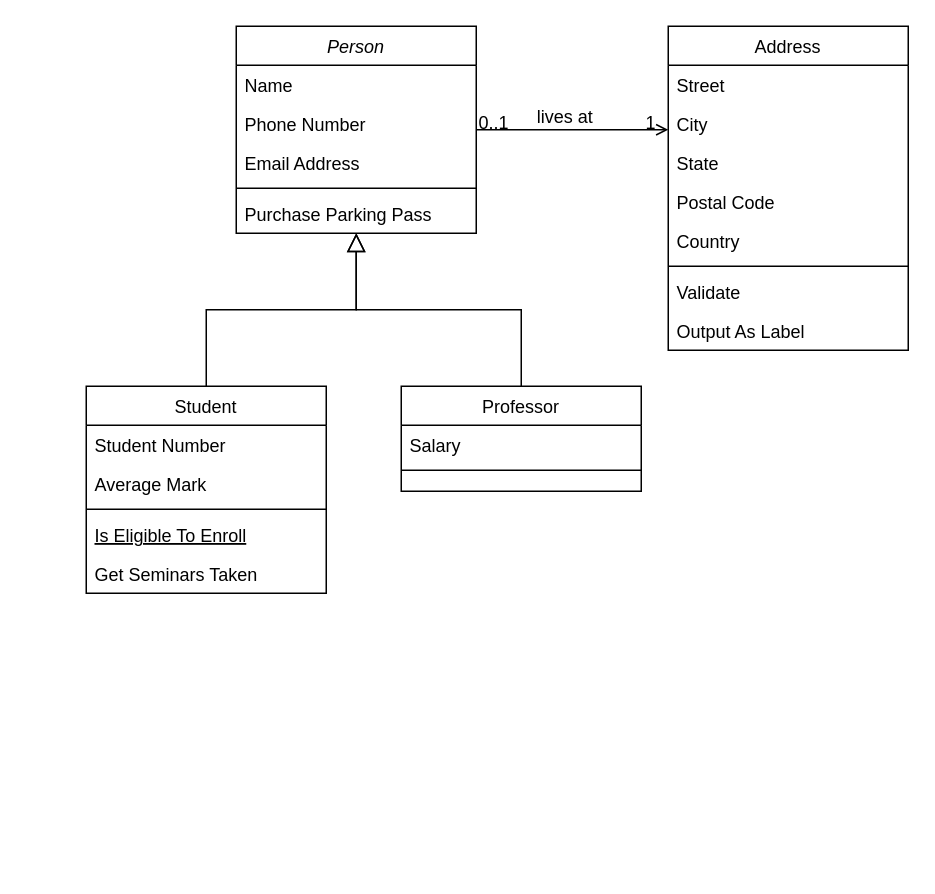
Before: LAB4.drawio in Ahasirly/Myrepo, a draw.io diagram. Source tidied: cells renumbered, new cells numbered last; positions are measured from the earlier drawing's top-left corner, leaving out a move shared by most shapes. Both pictures are drawn from the tidied source at 150%, with x=0, y=0 at pixel (86, 26).
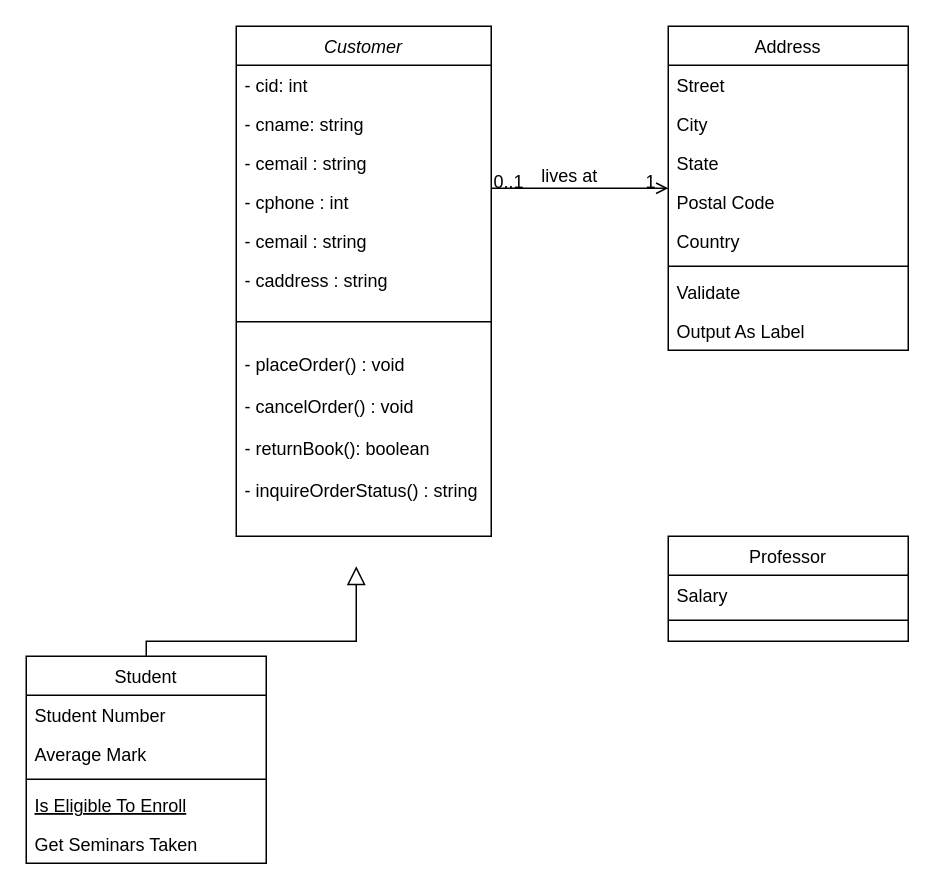
The same page after the edit.

Diff of the diagram source:
```diff
@@
-    <mxCell id="2" value="Person" style="swimlane;fontStyle=2;align=center;verticalAlign=top;horizontal=1;startSize=26;rounded=0;shadow=0;strokeWidth=1;" parent="1" vertex="1">
-      <mxGeometry x="100" width="160" height="138" as="geometry" />
+    <mxCell id="2" value="Customer" style="swimlane;fontStyle=2;align=center;verticalAlign=top;horizontal=1;startSize=26;rounded=0;shadow=0;strokeWidth=1;" parent="1" vertex="1">
+      <mxGeometry x="100" width="170" height="340" as="geometry" />
     </mxCell>
-    <mxCell id="3" value="Name" style="text;align=left;verticalAlign=top;spacingLeft=4;spacingRight=4;overflow=hidden;" parent="2" vertex="1">
-      <mxGeometry y="26" width="160" height="26" as="geometry" />
+    <mxCell id="3" value="- cid: int" style="text;align=left;verticalAlign=top;spacingLeft=4;spacingRight=4;overflow=hidden;" parent="2" vertex="1">
+      <mxGeometry y="26" width="170" height="26" as="geometry" />
     </mxCell>
-    <mxCell id="4" value="Phone Number" style="text;align=left;verticalAlign=top;spacingLeft=4;spacingRight=4;overflow=hidden;rounded=0;shadow=0;html=0;" parent="2" vertex="1">
-      <mxGeometry y="52" width="160" height="26" as="geometry" />
+    <mxCell id="4" value="- cname: string" style="text;align=left;verticalAlign=top;spacingLeft=4;spacingRight=4;overflow=hidden;rounded=0;shadow=0;html=0;" parent="2" vertex="1">
+      <mxGeometry y="52" width="170" height="26" as="geometry" />
     </mxCell>
-    <mxCell id="5" value="Email Address" style="text;align=left;verticalAlign=top;spacingLeft=4;spacingRight=4;overflow=hidden;rounded=0;shadow=0;html=0;" parent="2" vertex="1">
-      <mxGeometry y="78" width="160" height="26" as="geometry" />
+    <mxCell id="5" value="- cemail : string &#10;&#10;" style="text;align=left;verticalAlign=top;spacingLeft=4;spacingRight=4;overflow=hidden;rounded=0;shadow=0;html=0;" parent="2" vertex="1">
+      <mxGeometry y="78" width="170" height="26" as="geometry" />
     </mxCell>
+    <mxCell id="32" value="- cphone : int" style="text;align=left;verticalAlign=top;spacingLeft=4;spacingRight=4;overflow=hidden;rounded=0;shadow=0;html=0;" parent="2" vertex="1">
+      <mxGeometry y="104" width="170" height="26" as="geometry" />
+    </mxCell>
+    <mxCell id="33" value="- cemail : string &#10;&#10;" style="text;align=left;verticalAlign=top;spacingLeft=4;spacingRight=4;overflow=hidden;rounded=0;shadow=0;html=0;" parent="2" vertex="1">
+      <mxGeometry y="130" width="170" height="26" as="geometry" />
+    </mxCell>
+    <mxCell id="34" value="- caddress : string" style="text;align=left;verticalAlign=top;spacingLeft=4;spacingRight=4;overflow=hidden;rounded=0;shadow=0;html=0;" parent="2" vertex="1">
+      <mxGeometry y="156" width="170" height="26" as="geometry" />
+    </mxCell>
     <mxCell id="6" style="line;html=1;strokeWidth=1;align=left;verticalAlign=middle;spacingTop=-1;spacingLeft=3;spacingRight=3;labelPosition=right;" parent="2" vertex="1">
-      <mxGeometry y="104" width="160" height="8" as="geometry" />
+      <mxGeometry y="182" width="170" height="30" as="geometry" />
     </mxCell>
-    <mxCell id="7" value="Purchase Parking Pass" style="text;align=left;verticalAlign=top;spacingLeft=4;spacingRight=4;overflow=hidden;" parent="2" vertex="1">
-      <mxGeometry y="112" width="160" height="26" as="geometry" />
+    <mxCell id="7" value="- placeOrder() : void&#10;&#10;- cancelOrder() : void&#10;&#10;- returnBook(): boolean&#10;&#10;- inquireOrderStatus() : string" style="text;align=left;verticalAlign=top;spacingLeft=4;spacingRight=4;overflow=hidden;spacing=2;spacingTop=0;" parent="2" vertex="1">
+      <mxGeometry y="212" width="170" height="128" as="geometry" />
     </mxCell>
     <mxCell id="8" value="Student" style="swimlane;fontStyle=0;align=center;verticalAlign=top;horizontal=1;startSize=26;rounded=0;shadow=0;strokeWidth=1;" parent="1" vertex="1">
-      <mxGeometry y="240" width="160" height="138" as="geometry" />
+      <mxGeometry x="-40" y="420" width="160" height="138" as="geometry" />
     </mxCell>
@@
-    <mxCell id="14" style="endArrow=block;endSize=10;endFill=0;shadow=0;strokeWidth=1;rounded=0;curved=0;edgeStyle=elbowEdgeStyle;elbow=vertical;" parent="1" edge="1" source="8" target="2">
-      <mxGeometry relative="1" as="geometry" />
+    <mxCell id="14" style="endArrow=block;endSize=10;endFill=0;shadow=0;strokeWidth=1;rounded=0;curved=0;edgeStyle=elbowEdgeStyle;elbow=vertical;" parent="1" edge="1" source="8">
+      <mxGeometry relative="1" as="geometry">
+        <mxPoint x="180" y="360" as="targetPoint" />
+        <Array as="points">
+          <mxPoint x="180" y="410" />
+        </Array>
+      </mxGeometry>
     </mxCell>
     <mxCell id="15" value="Professor" style="swimlane;fontStyle=0;align=center;verticalAlign=top;horizontal=1;startSize=26;rounded=0;shadow=0;strokeWidth=1;" parent="1" vertex="1">
-      <mxGeometry x="210" y="240" width="160" height="70" as="geometry" />
+      <mxGeometry x="388" y="340" width="160" height="70" as="geometry" />
     </mxCell>
@@
-    <mxCell id="18" style="endArrow=block;endSize=10;endFill=0;shadow=0;strokeWidth=1;rounded=0;curved=0;edgeStyle=elbowEdgeStyle;elbow=vertical;" parent="1" edge="1" source="15" target="2">
-      <mxGeometry relative="1" as="geometry" />
-    </mxCell>
```
